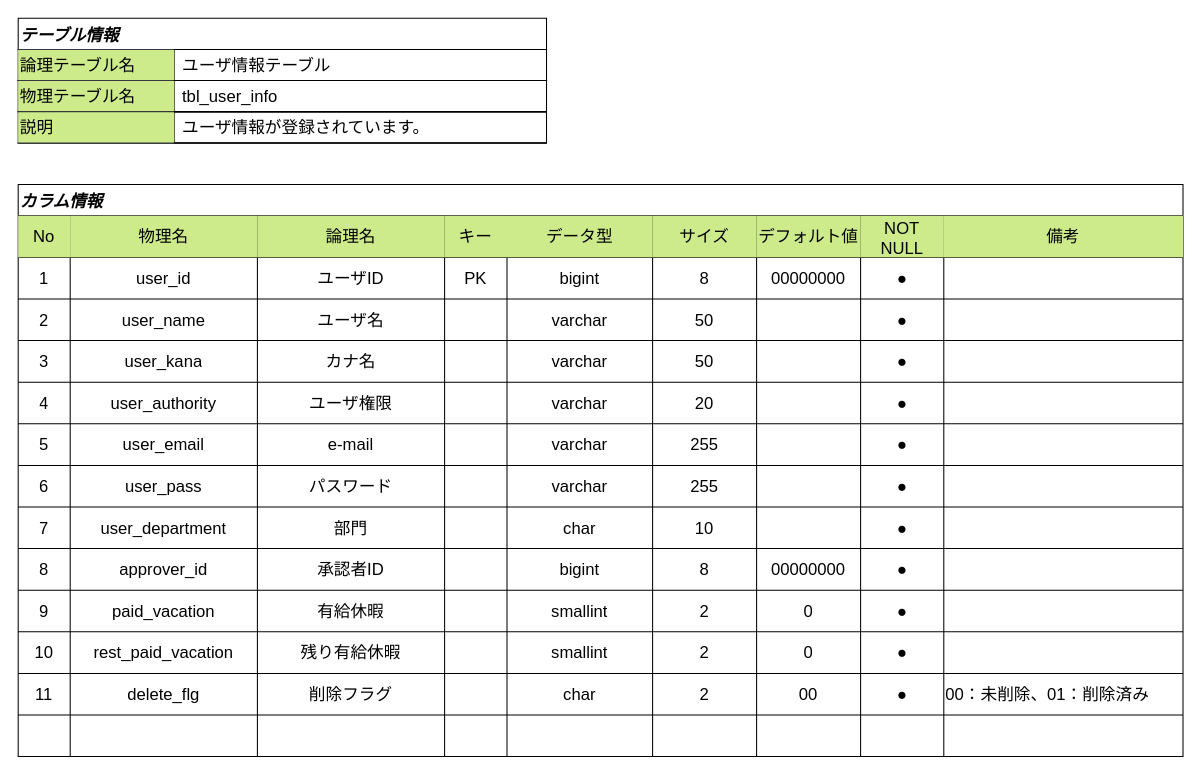
Before: docs/database/tbl_user_info.drawio in youkobaske/agentSupport-attendanceSystem, a draw.io diagram. Source tidied: cells renumbered, new cells numbered last; positions are measured from the earlier drawing's top-left corner, leaving out a move shared by most shapes. Both pictures are drawn from the tidied source at 104%, with x=0, y=0 at pixel (18, 18).
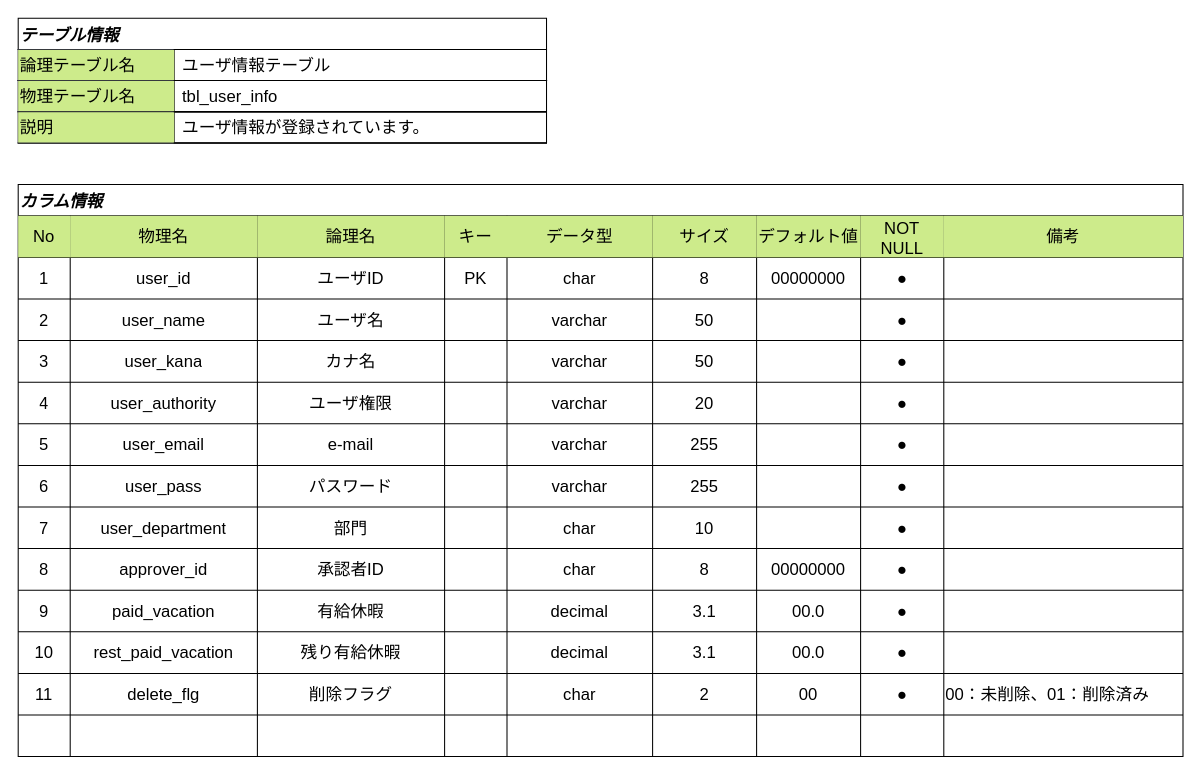
Above is the later version.

Commit message (it also covers changes not shown here):
有給日数のデータ型を修正

Unchanged cells that the change refers to:
```xml
<mxCell id="23" style="shape=tableRow;horizontal=0;startSize=0;swimlaneHead=0;swimlaneBody=0;strokeColor=inherit;top=0;left=0;bottom=0;right=0;fillColor=none;fontSize=16;" parent="12" vertex="1">
  <mxGeometry y="70" width="1120" height="40" as="geometry" />
</mxCell>
<mxCell id="93" style="shape=tableRow;horizontal=0;startSize=0;swimlaneHead=0;swimlaneBody=0;strokeColor=inherit;top=0;left=0;bottom=0;right=0;fillColor=none;fontSize=16;" parent="12" vertex="1">
  <mxGeometry y="350" width="1120" height="40" as="geometry" />
</mxCell>
<mxCell id="103" style="shape=tableRow;horizontal=0;startSize=0;swimlaneHead=0;swimlaneBody=0;strokeColor=inherit;top=0;left=0;bottom=0;right=0;fillColor=none;fontSize=16;" parent="12" vertex="1">
  <mxGeometry y="390" width="1120" height="40" as="geometry" />
</mxCell>
<mxCell id="113" style="shape=tableRow;horizontal=0;startSize=0;swimlaneHead=0;swimlaneBody=0;strokeColor=inherit;top=0;left=0;bottom=0;right=0;fillColor=none;fontSize=16;" parent="12" vertex="1">
  <mxGeometry y="430" width="1120" height="40" as="geometry" />
</mxCell>
```

Change to the diagram source:
```diff
@@
-    <mxCell id="28" value="bigint" style="shape=partialRectangle;html=1;whiteSpace=wrap;strokeColor=inherit;overflow=hidden;fillColor=none;top=0;left=0;bottom=0;right=0;fontSize=16;" parent="23" vertex="1">
+    <mxCell id="28" value="char" style="shape=partialRectangle;html=1;whiteSpace=wrap;strokeColor=inherit;overflow=hidden;fillColor=none;top=0;left=0;bottom=0;right=0;fontSize=16;" parent="23" vertex="1">
       <mxGeometry x="470" width="140" height="40" as="geometry" />
     </mxCell>
@@
-    <mxCell id="98" value="bigint" style="shape=partialRectangle;html=1;whiteSpace=wrap;strokeColor=inherit;overflow=hidden;fillColor=none;top=0;left=0;bottom=0;right=0;fontSize=16;" parent="93" vertex="1">
+    <mxCell id="98" value="char" style="shape=partialRectangle;html=1;whiteSpace=wrap;strokeColor=inherit;overflow=hidden;fillColor=none;top=0;left=0;bottom=0;right=0;fontSize=16;" parent="93" vertex="1">
       <mxGeometry x="470" width="140" height="40" as="geometry" />
     </mxCell>
@@
-    <mxCell id="108" value="smallint" style="shape=partialRectangle;html=1;whiteSpace=wrap;strokeColor=inherit;overflow=hidden;fillColor=none;top=0;left=0;bottom=0;right=0;fontSize=16;" parent="103" vertex="1">
+    <mxCell id="108" value="decimal" style="shape=partialRectangle;html=1;whiteSpace=wrap;strokeColor=inherit;overflow=hidden;fillColor=none;top=0;left=0;bottom=0;right=0;fontSize=16;" parent="103" vertex="1">
       <mxGeometry x="470" width="140" height="40" as="geometry" />
     </mxCell>
-    <mxCell id="109" value="2" style="shape=partialRectangle;html=1;whiteSpace=wrap;strokeColor=inherit;overflow=hidden;fillColor=none;top=0;left=0;bottom=0;right=0;fontSize=16;" parent="103" vertex="1">
+    <mxCell id="109" value="3.1" style="shape=partialRectangle;html=1;whiteSpace=wrap;strokeColor=inherit;overflow=hidden;fillColor=none;top=0;left=0;bottom=0;right=0;fontSize=16;" parent="103" vertex="1">
       <mxGeometry x="610" width="100" height="40" as="geometry" />
     </mxCell>
-    <mxCell id="110" value="0" style="shape=partialRectangle;html=1;whiteSpace=wrap;strokeColor=inherit;overflow=hidden;fillColor=none;top=0;left=0;bottom=0;right=0;fontSize=16;" parent="103" vertex="1">
+    <mxCell id="110" value="00.0" style="shape=partialRectangle;html=1;whiteSpace=wrap;strokeColor=inherit;overflow=hidden;fillColor=none;top=0;left=0;bottom=0;right=0;fontSize=16;" parent="103" vertex="1">
       <mxGeometry x="710" width="100" height="40" as="geometry" />
     </mxCell>
@@
-    <mxCell id="118" value="smallint" style="shape=partialRectangle;html=1;whiteSpace=wrap;strokeColor=inherit;overflow=hidden;fillColor=none;top=0;left=0;bottom=0;right=0;fontSize=16;" parent="113" vertex="1">
+    <mxCell id="118" value="decimal" style="shape=partialRectangle;html=1;whiteSpace=wrap;strokeColor=inherit;overflow=hidden;fillColor=none;top=0;left=0;bottom=0;right=0;fontSize=16;" parent="113" vertex="1">
       <mxGeometry x="470" width="140" height="40" as="geometry" />
     </mxCell>
-    <mxCell id="119" value="2" style="shape=partialRectangle;html=1;whiteSpace=wrap;strokeColor=inherit;overflow=hidden;fillColor=none;top=0;left=0;bottom=0;right=0;fontSize=16;" parent="113" vertex="1">
+    <mxCell id="119" value="3.1" style="shape=partialRectangle;html=1;whiteSpace=wrap;strokeColor=inherit;overflow=hidden;fillColor=none;top=0;left=0;bottom=0;right=0;fontSize=16;" parent="113" vertex="1">
       <mxGeometry x="610" width="100" height="40" as="geometry" />
     </mxCell>
-    <mxCell id="120" value="0" style="shape=partialRectangle;html=1;whiteSpace=wrap;strokeColor=inherit;overflow=hidden;fillColor=none;top=0;left=0;bottom=0;right=0;fontSize=16;" parent="113" vertex="1">
+    <mxCell id="120" value="00.0" style="shape=partialRectangle;html=1;whiteSpace=wrap;strokeColor=inherit;overflow=hidden;fillColor=none;top=0;left=0;bottom=0;right=0;fontSize=16;" parent="113" vertex="1">
       <mxGeometry x="710" width="100" height="40" as="geometry" />
     </mxCell>
```
